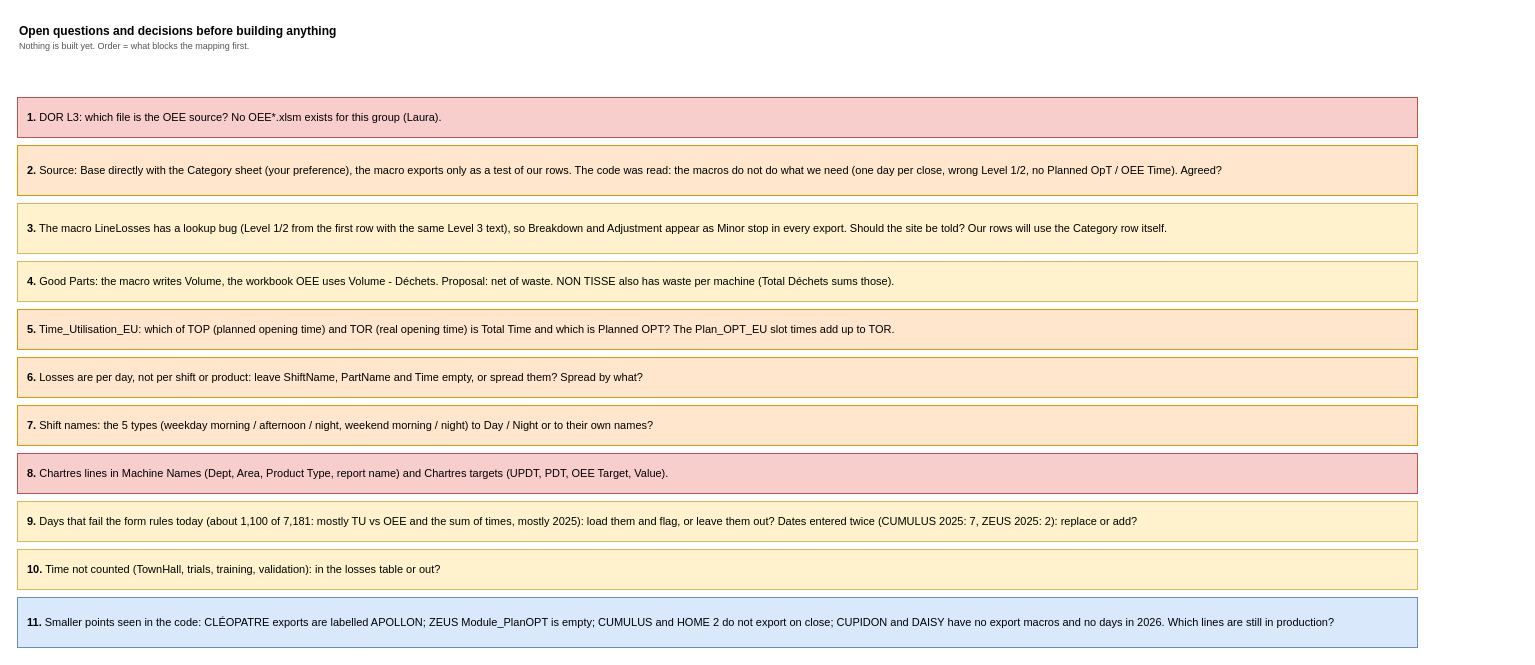
Above: page "8 Questions" (9 of 9) of diagrams/chartres-source-map.drawio in AbiyyuMufti/SIH-IBMX-R (draw.io), before the change. Source tidied: cells renumbered, new cells numbered last; positions are measured from the earlier drawing's top-left corner, leaving out a move shared by most shapes. Both pictures are drawn from the tidied source at 100%, with x=0, y=0 at pixel (17, 17).
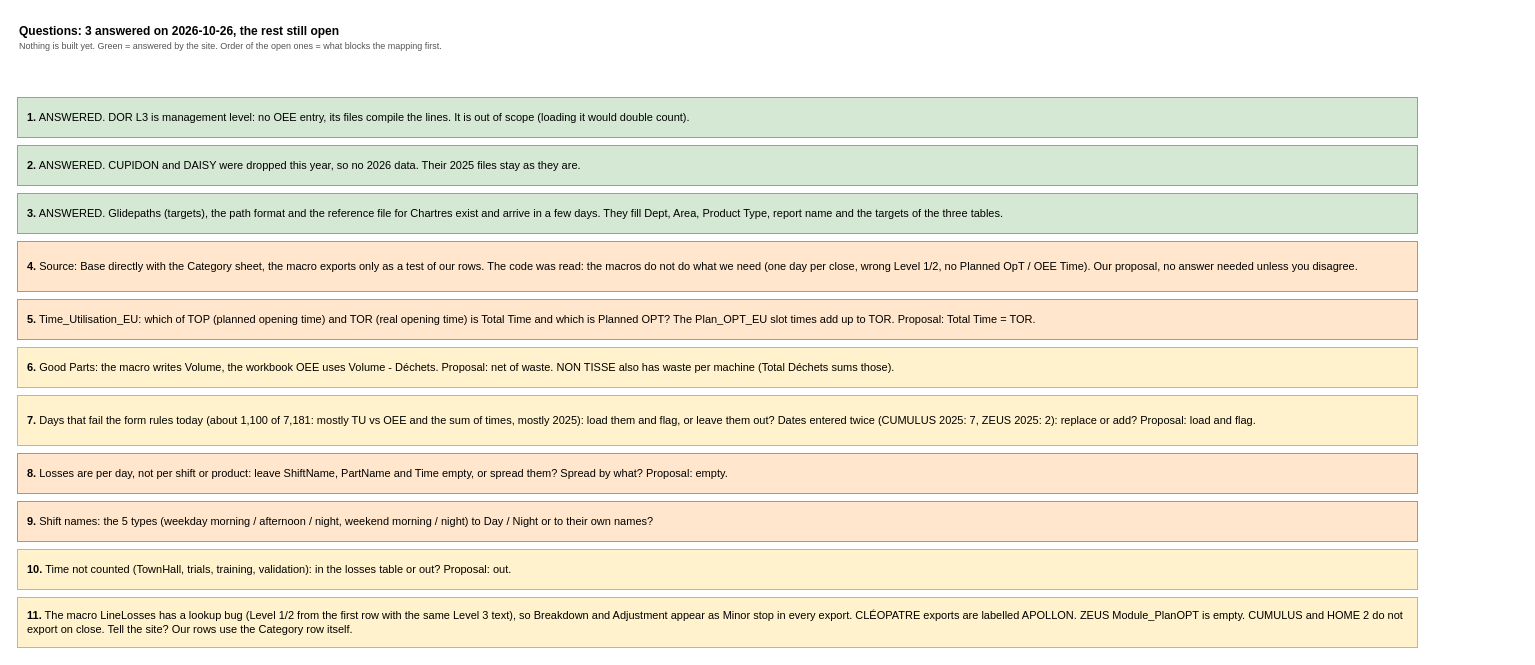
After the change.

Commit message (it also covers changes not shown here):
Chartres: site answers (DOR L3 management level, CUPIDON and DAISY dropped, reference files coming), docs and diagram updated

What changed in the source:
```diff
@@
 <mxGraphModel>
   <root>
     <mxCell id="0" />
     <mxCell id="1" parent="0" />
-    <mxCell id="2" value="&lt;b&gt;Open questions and decisions before building anything&lt;/b&gt;&lt;br&gt;&lt;font style=&quot;font-size:9px&quot; color=&quot;#555555&quot;&gt;Nothing is built yet. Order = what blocks the mapping first.&lt;/font&gt;" style="text;html=1;whiteSpace=wrap;align=left;verticalAlign=top;fontSize=12;" parent="1" vertex="1">
+    <mxCell id="2" value="&lt;b&gt;Questions: 3 answered on 2026-10-26, the rest still open&lt;/b&gt;&lt;br&gt;&lt;font style=&quot;font-size:9px&quot; color=&quot;#555555&quot;&gt;Nothing is built yet. Green = answered by the site. Order of the open ones = what blocks the mapping first.&lt;/font&gt;" style="text;html=1;whiteSpace=wrap;align=left;verticalAlign=top;fontSize=12;" parent="1" vertex="1">
       <mxGeometry width="1500" height="60" as="geometry" />
     </mxCell>
-    <mxCell id="3" value="&lt;b&gt;1.&lt;/b&gt; DOR L3: which file is the OEE source? No OEE*.xlsm exists for this group (Laura)." style="rounded=0;whiteSpace=wrap;html=1;align=left;verticalAlign=middle;spacingLeft=8;spacingRight=6;fontSize=11;fillColor=#f8cecc;strokeColor=#b85450;" parent="1" vertex="1">
+    <mxCell id="3" value="&lt;b&gt;1.&lt;/b&gt; ANSWERED. DOR L3 is management level: no OEE entry, its files compile the lines. It is out of scope (loading it would double count)." style="rounded=0;whiteSpace=wrap;html=1;align=left;verticalAlign=middle;spacingLeft=8;spacingRight=6;fontSize=11;fillColor=#d5e8d4;strokeColor=#82b366;" parent="1" vertex="1">
       <mxGeometry y="80" width="1400" height="40" as="geometry" />
     </mxCell>
-    <mxCell id="4" value="&lt;b&gt;2.&lt;/b&gt; Source: Base directly with the Category sheet (your preference), the macro exports only as a test of our rows. The code was read: the macros do not do what we need (one day per close, wrong Level 1/2, no Planned OpT / OEE Time). Agreed?" style="rounded=0;whiteSpace=wrap;html=1;align=left;verticalAlign=middle;spacingLeft=8;spacingRight=6;fontSize=11;fillColor=#ffe6cc;strokeColor=#d79b00;" parent="1" vertex="1">
-      <mxGeometry y="128" width="1400" height="50" as="geometry" />
+    <mxCell id="4" value="&lt;b&gt;2.&lt;/b&gt; ANSWERED. CUPIDON and DAISY were dropped this year, so no 2026 data. Their 2025 files stay as they are." style="rounded=0;whiteSpace=wrap;html=1;align=left;verticalAlign=middle;spacingLeft=8;spacingRight=6;fontSize=11;fillColor=#d5e8d4;strokeColor=#82b366;" parent="1" vertex="1">
+      <mxGeometry y="128" width="1400" height="40" as="geometry" />
     </mxCell>
-    <mxCell id="5" value="&lt;b&gt;3.&lt;/b&gt; The macro LineLosses has a lookup bug (Level 1/2 from the first row with the same Level 3 text), so Breakdown and Adjustment appear as Minor stop in every export. Should the site be told? Our rows will use the Category row itself." style="rounded=0;whiteSpace=wrap;html=1;align=left;verticalAlign=middle;spacingLeft=8;spacingRight=6;fontSize=11;fillColor=#fff2cc;strokeColor=#d6b656;" parent="1" vertex="1">
-      <mxGeometry y="186" width="1400" height="50" as="geometry" />
+    <mxCell id="5" value="&lt;b&gt;3.&lt;/b&gt; ANSWERED. Glidepaths (targets), the path format and the reference file for Chartres exist and arrive in a few days. They fill Dept, Area, Product Type, report name and the targets of the three tables." style="rounded=0;whiteSpace=wrap;html=1;align=left;verticalAlign=middle;spacingLeft=8;spacingRight=6;fontSize=11;fillColor=#d5e8d4;strokeColor=#82b366;" parent="1" vertex="1">
+      <mxGeometry y="176" width="1400" height="40" as="geometry" />
     </mxCell>
-    <mxCell id="6" value="&lt;b&gt;4.&lt;/b&gt; Good Parts: the macro writes Volume, the workbook OEE uses Volume - Déchets. Proposal: net of waste. NON TISSE also has waste per machine (Total Déchets sums those)." style="rounded=0;whiteSpace=wrap;html=1;align=left;verticalAlign=middle;spacingLeft=8;spacingRight=6;fontSize=11;fillColor=#fff2cc;strokeColor=#d6b656;" parent="1" vertex="1">
-      <mxGeometry y="244" width="1400" height="40" as="geometry" />
+    <mxCell id="6" value="&lt;b&gt;4.&lt;/b&gt; Source: Base directly with the Category sheet, the macro exports only as a test of our rows. The code was read: the macros do not do what we need (one day per close, wrong Level 1/2, no Planned OpT / OEE Time). Our proposal, no answer needed unless you disagree." style="rounded=0;whiteSpace=wrap;html=1;align=left;verticalAlign=middle;spacingLeft=8;spacingRight=6;fontSize=11;fillColor=#ffe6cc;strokeColor=#d79b00;" parent="1" vertex="1">
+      <mxGeometry y="224" width="1400" height="50" as="geometry" />
     </mxCell>
-    <mxCell id="7" value="&lt;b&gt;5.&lt;/b&gt; Time_Utilisation_EU: which of TOP (planned opening time) and TOR (real opening time) is Total Time and which is Planned OPT? The Plan_OPT_EU slot times add up to TOR." style="rounded=0;whiteSpace=wrap;html=1;align=left;verticalAlign=middle;spacingLeft=8;spacingRight=6;fontSize=11;fillColor=#ffe6cc;strokeColor=#d79b00;" parent="1" vertex="1">
-      <mxGeometry y="292" width="1400" height="40" as="geometry" />
+    <mxCell id="7" value="&lt;b&gt;5.&lt;/b&gt; Time_Utilisation_EU: which of TOP (planned opening time) and TOR (real opening time) is Total Time and which is Planned OPT? The Plan_OPT_EU slot times add up to TOR. Proposal: Total Time = TOR." style="rounded=0;whiteSpace=wrap;html=1;align=left;verticalAlign=middle;spacingLeft=8;spacingRight=6;fontSize=11;fillColor=#ffe6cc;strokeColor=#d79b00;" parent="1" vertex="1">
+      <mxGeometry y="282" width="1400" height="40" as="geometry" />
     </mxCell>
-    <mxCell id="8" value="&lt;b&gt;6.&lt;/b&gt; Losses are per day, not per shift or product: leave ShiftName, PartName and Time empty, or spread them? Spread by what?" style="rounded=0;whiteSpace=wrap;html=1;align=left;verticalAlign=middle;spacingLeft=8;spacingRight=6;fontSize=11;fillColor=#ffe6cc;strokeColor=#d79b00;" parent="1" vertex="1">
-      <mxGeometry y="340" width="1400" height="40" as="geometry" />
+    <mxCell id="8" value="&lt;b&gt;6.&lt;/b&gt; Good Parts: the macro writes Volume, the workbook OEE uses Volume - Déchets. Proposal: net of waste. NON TISSE also has waste per machine (Total Déchets sums those)." style="rounded=0;whiteSpace=wrap;html=1;align=left;verticalAlign=middle;spacingLeft=8;spacingRight=6;fontSize=11;fillColor=#fff2cc;strokeColor=#d6b656;" parent="1" vertex="1">
+      <mxGeometry y="330" width="1400" height="40" as="geometry" />
     </mxCell>
-    <mxCell id="9" value="&lt;b&gt;7.&lt;/b&gt; Shift names: the 5 types (weekday morning / afternoon / night, weekend morning / night) to Day / Night or to their own names?" style="rounded=0;whiteSpace=wrap;html=1;align=left;verticalAlign=middle;spacingLeft=8;spacingRight=6;fontSize=11;fillColor=#ffe6cc;strokeColor=#d79b00;" parent="1" vertex="1">
-      <mxGeometry y="388" width="1400" height="40" as="geometry" />
+    <mxCell id="9" value="&lt;b&gt;7.&lt;/b&gt; Days that fail the form rules today (about 1,100 of 7,181: mostly TU vs OEE and the sum of times, mostly 2025): load them and flag, or leave them out? Dates entered twice (CUMULUS 2025: 7, ZEUS 2025: 2): replace or add? Proposal: load and flag." style="rounded=0;whiteSpace=wrap;html=1;align=left;verticalAlign=middle;spacingLeft=8;spacingRight=6;fontSize=11;fillColor=#fff2cc;strokeColor=#d6b656;" parent="1" vertex="1">
+      <mxGeometry y="378" width="1400" height="50" as="geometry" />
     </mxCell>
-    <mxCell id="10" value="&lt;b&gt;8.&lt;/b&gt; Chartres lines in Machine Names (Dept, Area, Product Type, report name) and Chartres targets (UPDT, PDT, OEE Target, Value)." style="rounded=0;whiteSpace=wrap;html=1;align=left;verticalAlign=middle;spacingLeft=8;spacingRight=6;fontSize=11;fillColor=#f8cecc;strokeColor=#b85450;" parent="1" vertex="1">
+    <mxCell id="10" value="&lt;b&gt;8.&lt;/b&gt; Losses are per day, not per shift or product: leave ShiftName, PartName and Time empty, or spread them? Spread by what? Proposal: empty." style="rounded=0;whiteSpace=wrap;html=1;align=left;verticalAlign=middle;spacingLeft=8;spacingRight=6;fontSize=11;fillColor=#ffe6cc;strokeColor=#d79b00;" parent="1" vertex="1">
       <mxGeometry y="436" width="1400" height="40" as="geometry" />
     </mxCell>
-    <mxCell id="11" value="&lt;b&gt;9.&lt;/b&gt; Days that fail the form rules today (about 1,100 of 7,181: mostly TU vs OEE and the sum of times, mostly 2025): load them and flag, or leave them out? Dates entered twice (CUMULUS 2025: 7, ZEUS 2025: 2): replace or add?" style="rounded=0;whiteSpace=wrap;html=1;align=left;verticalAlign=middle;spacingLeft=8;spacingRight=6;fontSize=11;fillColor=#fff2cc;strokeColor=#d6b656;" parent="1" vertex="1">
+    <mxCell id="11" value="&lt;b&gt;9.&lt;/b&gt; Shift names: the 5 types (weekday morning / afternoon / night, weekend morning / night) to Day / Night or to their own names?" style="rounded=0;whiteSpace=wrap;html=1;align=left;verticalAlign=middle;spacingLeft=8;spacingRight=6;fontSize=11;fillColor=#ffe6cc;strokeColor=#d79b00;" parent="1" vertex="1">
       <mxGeometry y="484" width="1400" height="40" as="geometry" />
     </mxCell>
-    <mxCell id="12" value="&lt;b&gt;10.&lt;/b&gt; Time not counted (TownHall, trials, training, validation): in the losses table or out?" style="rounded=0;whiteSpace=wrap;html=1;align=left;verticalAlign=middle;spacingLeft=8;spacingRight=6;fontSize=11;fillColor=#fff2cc;strokeColor=#d6b656;" parent="1" vertex="1">
+    <mxCell id="12" value="&lt;b&gt;10.&lt;/b&gt; Time not counted (TownHall, trials, training, validation): in the losses table or out? Proposal: out." style="rounded=0;whiteSpace=wrap;html=1;align=left;verticalAlign=middle;spacingLeft=8;spacingRight=6;fontSize=11;fillColor=#fff2cc;strokeColor=#d6b656;" parent="1" vertex="1">
       <mxGeometry y="532" width="1400" height="40" as="geometry" />
     </mxCell>
-    <mxCell id="13" value="&lt;b&gt;11.&lt;/b&gt; Smaller points seen in the code: CLÉOPATRE exports are labelled APOLLON; ZEUS Module_PlanOPT is empty; CUMULUS and HOME 2 do not export on close; CUPIDON and DAISY have no export macros and no days in 2026. Which lines are still in production?" style="rounded=0;whiteSpace=wrap;html=1;align=left;verticalAlign=middle;spacingLeft=8;spacingRight=6;fontSize=11;fillColor=#dae8fc;strokeColor=#6c8ebf;" parent="1" vertex="1">
+    <mxCell id="13" value="&lt;b&gt;11.&lt;/b&gt; The macro LineLosses has a lookup bug (Level 1/2 from the first row with the same Level 3 text), so Breakdown and Adjustment appear as Minor stop in every export. CLÉOPATRE exports are labelled APOLLON. ZEUS Module_PlanOPT is empty. CUMULUS and HOME 2 do not export on close. Tell the site? Our rows use the Category row itself." style="rounded=0;whiteSpace=wrap;html=1;align=left;verticalAlign=middle;spacingLeft=8;spacingRight=6;fontSize=11;fillColor=#fff2cc;strokeColor=#d6b656;" parent="1" vertex="1">
       <mxGeometry y="580" width="1400" height="50" as="geometry" />
     </mxCell>
   </root>
 </mxGraphModel>
```
